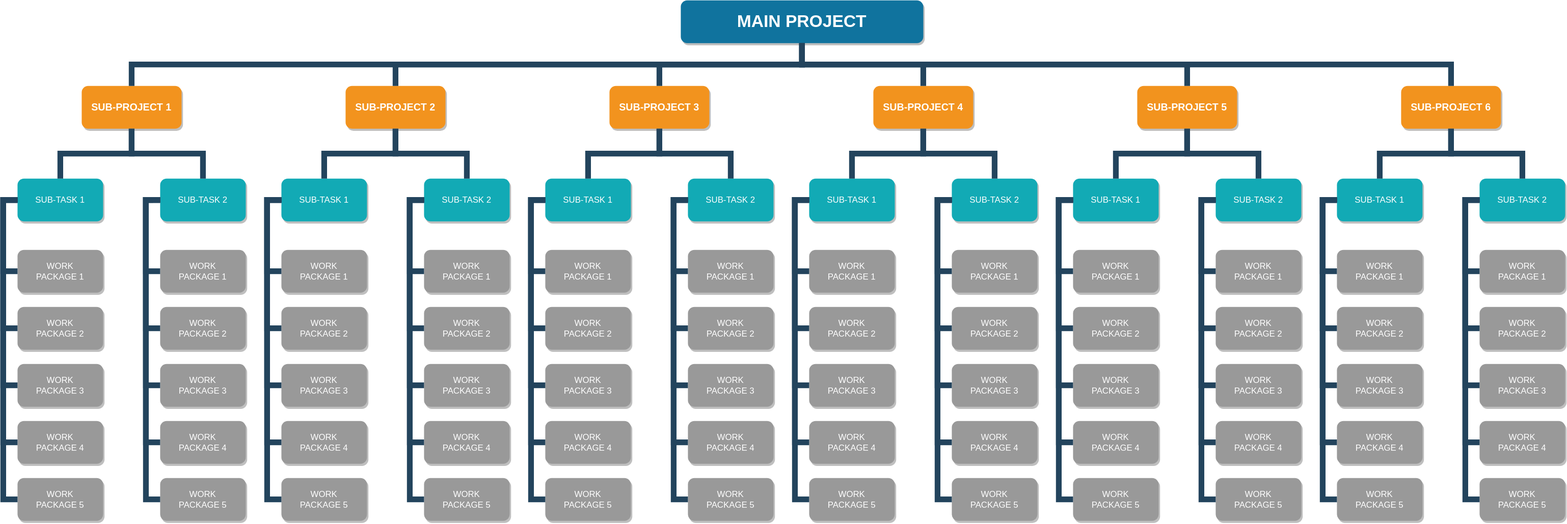
Earlier version of the draw.io export WBS.svg (mdmundo/diagrams). Source tidied: cells renumbered, new cells last; positions are measured from the earlier drawing's top-left corner, leaving out a move shared by most shapes.
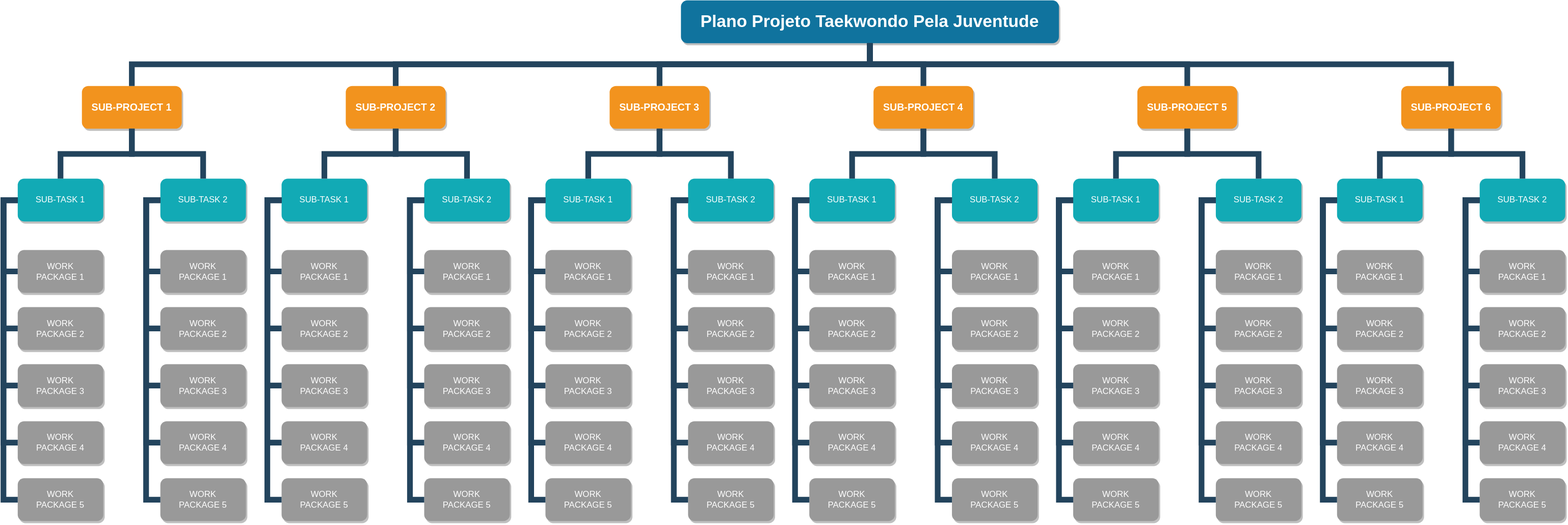
After the change.

The edit, as a diff of the source:
```diff
@@ -2,8 +2,8 @@
   <root>
     <mxCell id="0" />
     <mxCell id="1" parent="0" />
-    <mxCell id="2" value="MAIN PROJECT" style="whiteSpace=wrap;rounded=1;shadow=1;fillColor=#10739E;strokeColor=none;fontColor=#FFFFFF;fontStyle=1;fontSize=24;" parent="1" vertex="1">
-      <mxGeometry x="950" width="340" height="60" as="geometry" />
+    <mxCell id="2" value="Plano Projeto Taekwondo Pela Juventude" style="whiteSpace=wrap;rounded=1;shadow=1;fillColor=#10739E;strokeColor=none;fontColor=#FFFFFF;fontStyle=1;fontSize=24;" parent="1" vertex="1">
+      <mxGeometry x="950" width="530" height="60" as="geometry" />
     </mxCell>
     <mxCell id="3" value="SUB-PROJECT 1" style="whiteSpace=wrap;rounded=1;fillColor=#F2931E;strokeColor=none;shadow=1;fontColor=#FFFFFF;fontStyle=1;fontSize=14;" parent="1" vertex="1">
       <mxGeometry x="110" y="120" width="140" height="60" as="geometry" />
```
